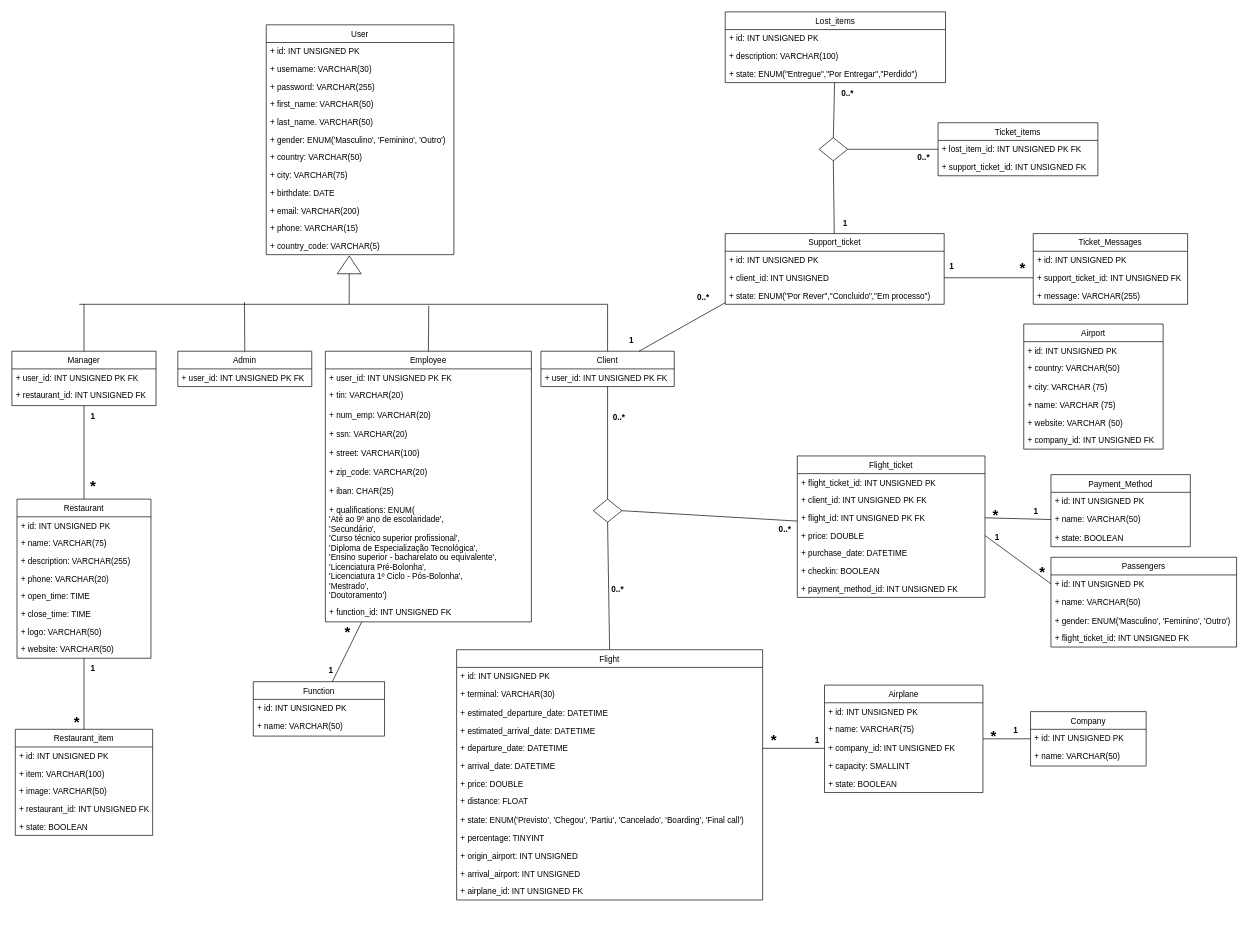
Before: Diagrama de classes.drawio in ContaEscola/ProSisInfo, a draw.io diagram. Source tidied: cells renumbered, new cells numbered last; positions are measured from the earlier drawing's top-left corner, leaving out a move shared by most shapes. Both pictures are drawn from the tidied source at 68%, with x=0, y=0 at pixel (12, 12).
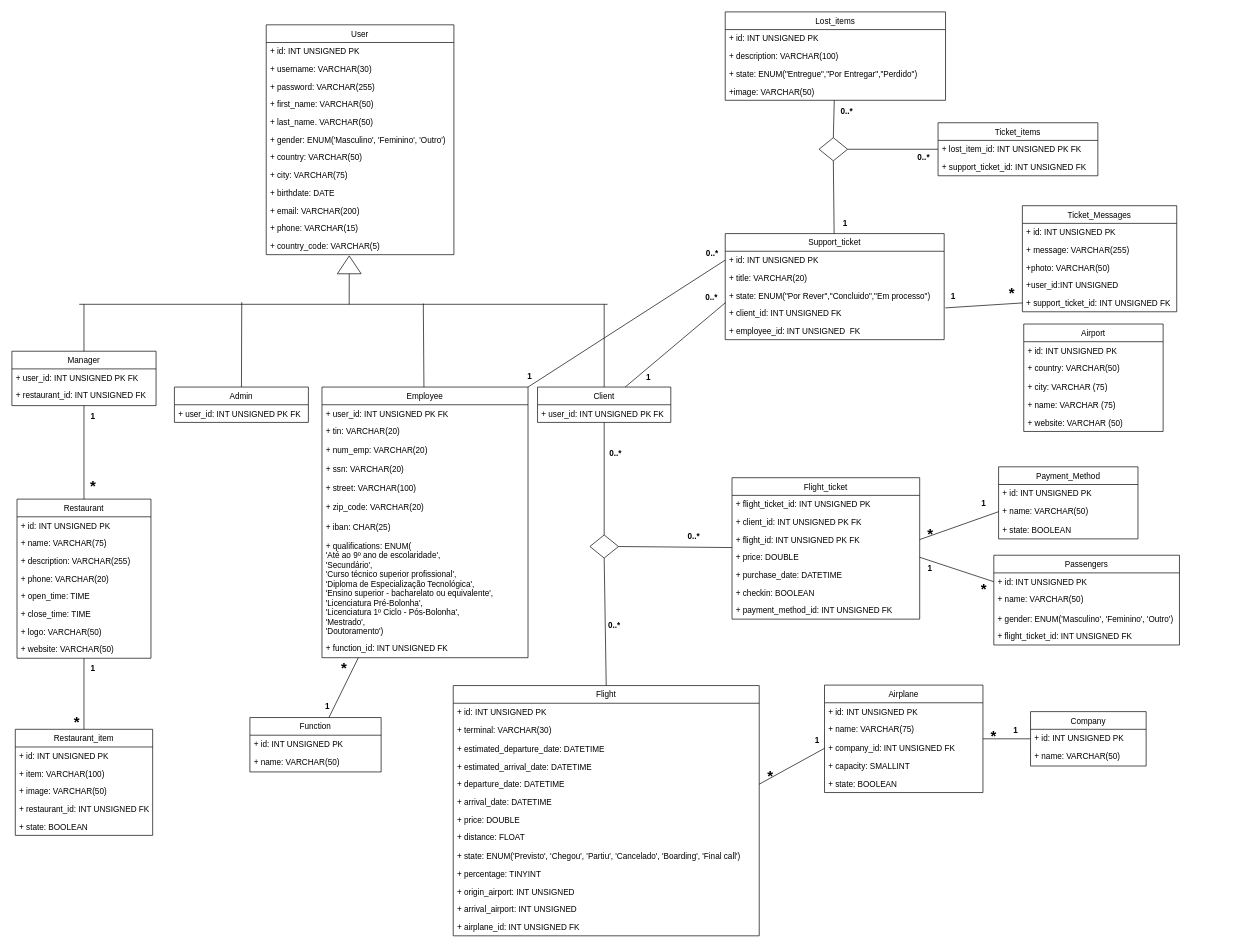
Above is the later version.

Commit message (it also covers changes not shown here):
DER e Diagrama de Classes atualizados

Unchanged cells that the change refers to:
```xml
<mxCell id="70" value="+ id: INT UNSIGNED PK" style="text;strokeColor=none;fillColor=none;align=left;verticalAlign=top;spacingLeft=4;spacingRight=4;overflow=hidden;points=[[0,0.5],[1,0.5]];portConstraint=eastwest;" parent="69" vertex="1">
  <mxGeometry y="26" width="322" height="26" as="geometry" />
</mxCell>
<mxCell id="123" style="endArrow=none;html=1;rounded=0;exitX=0.002;exitY=0.896;exitDx=0;exitDy=0;exitPerimeter=0;" parent="1" edge="1" source="72" target="57">
  <mxGeometry relative="1" as="geometry" />
</mxCell>
<mxCell id="131" style="endArrow=none;html=1;rounded=0;entryX=1;entryY=0.5;entryDx=0;entryDy=0;" parent="1" edge="1" source="89" target="126">
  <mxGeometry relative="1" as="geometry" />
</mxCell>
<mxCell id="149" style="endArrow=none;html=1;rounded=0;entryX=1;entryY=0.5;entryDx=0;entryDy=0;exitX=0;exitY=0.5;exitDx=0;exitDy=0;" parent="1" edge="1" source="147" target="92">
  <mxGeometry relative="1" as="geometry" />
</mxCell>
<mxCell id="157" style="endArrow=none;html=1;rounded=0;entryX=1;entryY=0.5;entryDx=0;entryDy=0;exitX=0;exitY=0.5;exitDx=0;exitDy=0;" parent="1" edge="1" source="153" target="93">
  <mxGeometry relative="1" as="geometry" />
</mxCell>
```

Diff of the diagram source:
```diff
@@
     <mxCell id="15" value="Airport" style="swimlane;fontStyle=0;horizontal=1;startSize=26;fillColor=none;" parent="1" vertex="1">
-      <mxGeometry x="1488" y="459" width="205" height="184" as="geometry" />
+      <mxGeometry x="1488" y="459" width="205" height="158" as="geometry" />
     </mxCell>
@@
-    <mxCell id="21" value="+ company_id: INT UNSIGNED FK" style="text;strokeColor=none;fillColor=none;align=left;verticalAlign=top;spacingLeft=4;spacingRight=4;overflow=hidden;" parent="15" vertex="1">
-      <mxGeometry y="158" width="205" height="26" as="geometry" />
-    </mxCell>
@@
     <mxCell id="37" value="Flight" style="swimlane;fontStyle=0;horizontal=1;startSize=26;fillColor=none;" parent="1" vertex="1">
-      <mxGeometry x="654" y="938" width="450" height="368" as="geometry" />
+      <mxGeometry x="649" y="990.7" width="450" height="368" as="geometry" />
     </mxCell>
@@
     <mxCell id="57" value="Client" style="swimlane;fontStyle=0;horizontal=1;startSize=26;fillColor=none;" parent="1" vertex="1">
-      <mxGeometry x="778" y="499" width="196" height="52" as="geometry" />
+      <mxGeometry x="773" y="551.7" width="196" height="52" as="geometry" />
     </mxCell>
@@
     <mxCell id="59" value="Employee" style="swimlane;fontStyle=0;horizontal=1;startSize=26;fillColor=none;" parent="1" vertex="1">
-      <mxGeometry x="461" y="499" width="303" height="398" as="geometry" />
+      <mxGeometry x="456" y="551.7" width="303" height="398" as="geometry" />
     </mxCell>
@@
     <mxCell id="69" value="Support_ticket" style="swimlane;fontStyle=0;horizontal=1;startSize=26;fillColor=none;" parent="1" vertex="1">
-      <mxGeometry x="1049" y="326" width="322" height="104" as="geometry" />
+      <mxGeometry x="1049" y="326" width="322" height="156" as="geometry" />
     </mxCell>
@@
+    <mxCell id="160" value="+ title: VARCHAR(20)" style="text;strokeColor=none;fillColor=none;align=left;verticalAlign=top;spacingLeft=4;spacingRight=4;overflow=hidden;" parent="69" vertex="1">
+      <mxGeometry y="52" width="322" height="26" as="geometry" />
+    </mxCell>
+    <mxCell id="72" value="+ state: ENUM(&quot;Por Rever&quot;,&quot;Concluido&quot;,&quot;Em processo&quot;)" style="text;strokeColor=none;fillColor=none;align=left;verticalAlign=top;spacingLeft=4;spacingRight=4;overflow=hidden;points=[[0,0.5],[1,0.5]];portConstraint=eastwest;" parent="69" vertex="1">
+      <mxGeometry y="78" width="322" height="26" as="geometry" />
+    </mxCell>
-    <mxCell id="71" value="+ client_id: INT UNSIGNED" style="text;strokeColor=none;fillColor=none;align=left;verticalAlign=top;spacingLeft=4;spacingRight=4;overflow=hidden;points=[[0,0.5],[1,0.5]];portConstraint=eastwest;" parent="69" vertex="1">
-      <mxGeometry y="52" width="322" height="26" as="geometry" />
+    <mxCell id="71" value="+ client_id: INT UNSIGNED FK" style="text;strokeColor=none;fillColor=none;align=left;verticalAlign=top;spacingLeft=4;spacingRight=4;overflow=hidden;points=[[0,0.5],[1,0.5]];portConstraint=eastwest;" parent="69" vertex="1">
+      <mxGeometry y="104" width="322" height="26" as="geometry" />
     </mxCell>
-    <mxCell id="72" value="+ state: ENUM(&quot;Por Rever&quot;,&quot;Concluido&quot;,&quot;Em processo&quot;)" style="text;strokeColor=none;fillColor=none;align=left;verticalAlign=top;spacingLeft=4;spacingRight=4;overflow=hidden;points=[[0,0.5],[1,0.5]];portConstraint=eastwest;" parent="69" vertex="1">
-      <mxGeometry y="78" width="322" height="26" as="geometry" />
-    </mxCell>
+    <mxCell id="161" value="+ employee_id: INT UNSIGNED  FK" style="text;strokeColor=none;fillColor=none;align=left;verticalAlign=top;spacingLeft=4;spacingRight=4;overflow=hidden;" parent="69" vertex="1">
+      <mxGeometry y="130" width="322" height="26" as="geometry" />
+    </mxCell>
@@
     <mxCell id="76" value="Ticket_Messages" style="swimlane;fontStyle=0;horizontal=1;startSize=26;fillColor=none;" parent="1" vertex="1">
-      <mxGeometry x="1502" y="326" width="227" height="104" as="geometry" />
+      <mxGeometry x="1486" y="285" width="227" height="156" as="geometry" />
     </mxCell>
@@
+    <mxCell id="79" value="+ message: VARCHAR(255)" style="text;strokeColor=none;fillColor=none;align=left;verticalAlign=top;spacingLeft=4;spacingRight=4;overflow=hidden;" parent="76" vertex="1">
+      <mxGeometry y="52" width="227" height="26" as="geometry" />
+    </mxCell>
+    <mxCell id="162" value="+photo: VARCHAR(50)" style="text;strokeColor=none;fillColor=none;align=left;verticalAlign=top;spacingLeft=4;spacingRight=4;overflow=hidden;" parent="76" vertex="1">
+      <mxGeometry y="78" width="227" height="26" as="geometry" />
+    </mxCell>
+    <mxCell id="163" value="+user_id:INT UNSIGNED" style="text;strokeColor=none;fillColor=none;align=left;verticalAlign=top;spacingLeft=4;spacingRight=4;overflow=hidden;" parent="76" vertex="1">
+      <mxGeometry y="104" width="227" height="26" as="geometry" />
+    </mxCell>
     <mxCell id="78" value="+ support_ticket_id: INT UNSIGNED FK" style="text;strokeColor=none;fillColor=none;align=left;verticalAlign=top;spacingLeft=4;spacingRight=4;overflow=hidden;points=[[0,0.5],[1,0.5]];portConstraint=eastwest;" parent="76" vertex="1">
-      <mxGeometry y="52" width="227" height="26" as="geometry" />
+      <mxGeometry y="130" width="227" height="26" as="geometry" />
     </mxCell>
-    <mxCell id="79" value="+ message: VARCHAR(255)" style="text;strokeColor=none;fillColor=none;align=left;verticalAlign=top;spacingLeft=4;spacingRight=4;overflow=hidden;" parent="76" vertex="1">
-      <mxGeometry y="78" width="227" height="26" as="geometry" />
-    </mxCell>
@@
     <mxCell id="83" value="Admin" style="swimlane;fontStyle=0;horizontal=1;startSize=26;fillColor=none;" parent="1" vertex="1">
-      <mxGeometry x="244" y="499" width="197" height="52" as="geometry" />
+      <mxGeometry x="239" y="551.7" width="197" height="52" as="geometry" />
     </mxCell>
@@
     <mxCell id="85" value="Lost_items" style="swimlane;fontStyle=0;horizontal=1;startSize=26;fillColor=none;" parent="1" vertex="1">
-      <mxGeometry x="1049" width="324" height="104" as="geometry" />
+      <mxGeometry x="1049" width="324" height="130" as="geometry" />
     </mxCell>
@@
+    <mxCell id="164" value="+image: VARCHAR(50)" style="text;strokeColor=none;fillColor=none;align=left;verticalAlign=top;spacingLeft=4;spacingRight=4;overflow=hidden;" parent="85" vertex="1">
+      <mxGeometry y="104" width="324" height="26" as="geometry" />
+    </mxCell>
     <mxCell id="89" value="Flight_ticket" style="swimlane;fontStyle=0;horizontal=1;startSize=26;fillColor=none;shadow=0;" parent="1" vertex="1">
-      <mxGeometry x="1155" y="653" width="276" height="208" as="geometry" />
+      <mxGeometry x="1059" y="685" width="276" height="208" as="geometry" />
     </mxCell>
@@
-    <mxCell id="101" style="endArrow=none;html=1;rounded=0;exitX=0.5;exitY=0;exitDx=0;exitDy=0;" parent="1" edge="1" source="83">
+    <mxCell id="101" style="endArrow=none;html=1;rounded=0;" parent="1" edge="1" source="83">
       <mxGeometry relative="1" as="geometry">
-        <mxPoint x="342" y="427" as="targetPoint" />
+        <mxPoint x="338" y="427" as="targetPoint" />
       </mxGeometry>
     </mxCell>
-    <mxCell id="102" style="endArrow=none;html=1;rounded=0;exitX=0.5;exitY=0;exitDx=0;exitDy=0;" parent="1" edge="1" source="59">
+    <mxCell id="102" style="endArrow=none;html=1;rounded=0;" parent="1" edge="1" source="59">
       <mxGeometry relative="1" as="geometry">
-        <mxPoint x="613" y="432" as="targetPoint" />
+        <mxPoint x="605" y="429" as="targetPoint" />
       </mxGeometry>
     </mxCell>
-    <mxCell id="103" style="endArrow=none;html=1;rounded=0;exitX=0.5;exitY=0;exitDx=0;exitDy=0;" parent="1" edge="1" source="57">
+    <mxCell id="103" style="endArrow=none;html=1;rounded=0;" parent="1" edge="1" source="57">
       <mxGeometry relative="1" as="geometry">
-        <mxPoint x="876" y="430" as="targetPoint" />
+        <mxPoint x="871" y="430" as="targetPoint" />
       </mxGeometry>
     </mxCell>
-    <mxCell id="104" style="endArrow=none;html=1;rounded=0;entryX=0;entryY=0.5;entryDx=0;entryDy=0;exitX=1;exitY=0.5;exitDx=0;exitDy=0;" parent="1" edge="1" source="71" target="78">
+    <mxCell id="104" style="endArrow=none;html=1;rounded=0;entryX=0;entryY=0.5;entryDx=0;entryDy=0;exitX=1.005;exitY=0.203;exitDx=0;exitDy=0;exitPerimeter=0;" parent="1" edge="1" source="71" target="78">
       <mxGeometry relative="1" as="geometry" />
     </mxCell>
@@
     <mxCell id="124" value="1" style="html=1;align=left;verticalAlign=bottom;fontStyle=1;" parent="123" vertex="1">
       <mxGeometry x="-1" relative="1" as="geometry">
-        <mxPoint x="-144" y="65" as="offset" />
+        <mxPoint x="-119" y="119" as="offset" />
       </mxGeometry>
     </mxCell>
     <mxCell id="125" value="0..*" style="html=1;align=right;verticalAlign=bottom;fontStyle=1;" parent="123" vertex="1">
       <mxGeometry x="1" relative="1" as="geometry">
-        <mxPoint x="104" y="-71" as="offset" />
+        <mxPoint x="136" y="-124" as="offset" />
       </mxGeometry>
     </mxCell>
     <mxCell id="126" style="rhombus;whiteSpace=wrap;html=1;" parent="1" vertex="1">
-      <mxGeometry x="855" y="716.5" width="42" height="34" as="geometry" />
+      <mxGeometry x="850" y="769.2" width="42" height="34" as="geometry" />
     </mxCell>
@@
     <mxCell id="132" value="0..*" style="html=1;align=right;verticalAlign=bottom;fontStyle=1;" parent="131" vertex="1">
       <mxGeometry x="1" relative="1" as="geometry">
-        <mxPoint x="249" y="35" as="offset" />
+        <mxPoint x="120" y="-7" as="offset" />
       </mxGeometry>
     </mxCell>
@@
     <mxCell id="139" value="Function" style="swimlane;fontStyle=0;horizontal=1;startSize=26;fillColor=none;" parent="1" vertex="1">
-      <mxGeometry x="355" y="985" width="193" height="80" as="geometry" />
+      <mxGeometry x="350" y="1037.7" width="193" height="80" as="geometry" />
     </mxCell>
@@
     <mxCell id="145" value="Payment_Method" style="swimlane;fontStyle=0;horizontal=1;startSize=26;fillColor=none;" parent="1" vertex="1">
-      <mxGeometry x="1528" y="680.5" width="205" height="106" as="geometry" />
+      <mxGeometry x="1451" y="669" width="205" height="106" as="geometry" />
     </mxCell>
@@
     <mxCell id="151" value="*" style="html=1;align=right;verticalAlign=bottom;fontStyle=1;fontSize=22;" parent="149" vertex="1">
       <mxGeometry x="1" relative="1" as="geometry">
-        <mxPoint x="20" y="11" as="offset" />
+        <mxPoint x="20" y="6" as="offset" />
       </mxGeometry>
     </mxCell>
     <mxCell id="152" value="Passengers" style="swimlane;fontStyle=0;horizontal=1;startSize=26;fillColor=none;" parent="1" vertex="1">
-      <mxGeometry x="1528" y="802" width="273" height="132" as="geometry" />
+      <mxGeometry x="1444" y="799" width="273" height="132" as="geometry" />
     </mxCell>
@@
     <mxCell id="158" value="1" style="html=1;align=left;verticalAlign=bottom;fontStyle=1;" parent="157" vertex="1">
       <mxGeometry x="-1" relative="1" as="geometry">
-        <mxPoint x="-84" y="-60" as="offset" />
+        <mxPoint x="-99" y="-12" as="offset" />
       </mxGeometry>
     </mxCell>
     <mxCell id="159" value="*" style="html=1;align=right;verticalAlign=bottom;fontStyle=1;fontSize=22;" parent="157" vertex="1">
       <mxGeometry x="1" relative="1" as="geometry">
-        <mxPoint x="89" y="69" as="offset" />
+        <mxPoint x="99" y="61" as="offset" />
       </mxGeometry>
     </mxCell>
+    <mxCell id="165" style="endArrow=none;html=1;rounded=0;entryX=1;entryY=0;entryDx=0;entryDy=0;exitX=0;exitY=0.5;exitDx=0;exitDy=0;" parent="1" edge="1" source="70" target="59">
+      <mxGeometry relative="1" as="geometry" />
+    </mxCell>
+    <mxCell id="166" value="0..*" style="html=1;align=left;verticalAlign=bottom;fontStyle=1;" parent="165" vertex="1">
+      <mxGeometry x="-1" relative="1" as="geometry">
+        <mxPoint x="-30" y="-2" as="offset" />
+      </mxGeometry>
+    </mxCell>
+    <mxCell id="167" value="1" style="html=1;align=right;verticalAlign=bottom;fontStyle=1;" parent="165" vertex="1">
+      <mxGeometry x="1" relative="1" as="geometry">
+        <mxPoint x="6" y="-8" as="offset" />
+      </mxGeometry>
+    </mxCell>
```
